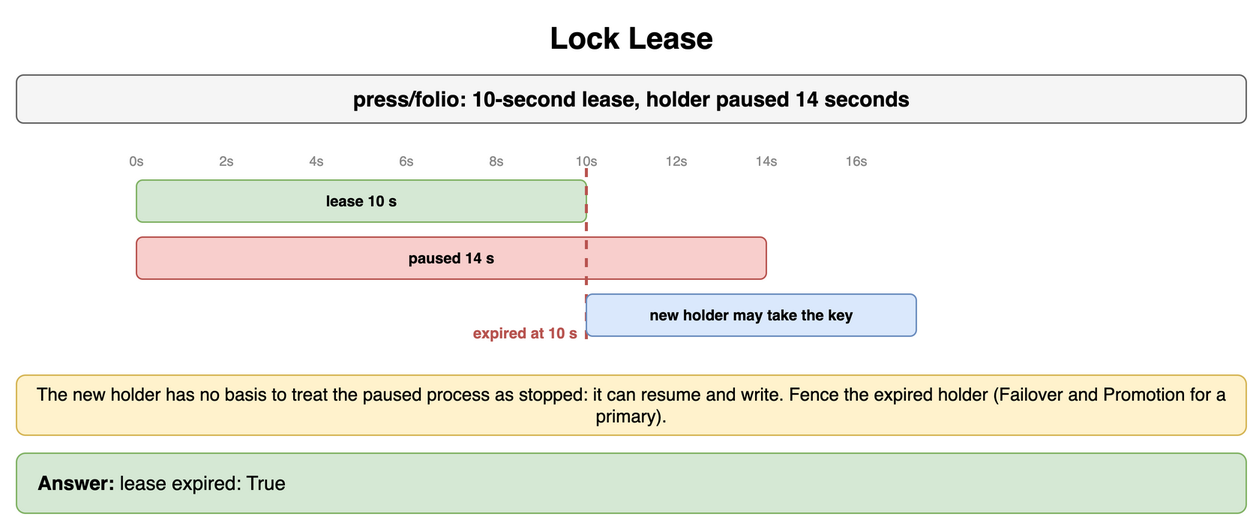
The draw.io diagram content/09_System_Design_Interview/16_Transactions_and_Concurrency_Control/diagrams/transactions-drills-8-lock-lease.png in amendez13/swe-study-guide, before a commit. Source tidied: cells renumbered, new cells last; positions are measured from the earlier drawing's top-left corner, leaving out a move shared by most shapes. Source of this version:
```xml
<mxGraphModel>
  <root>
    <mxCell id="0" />
    <mxCell id="1" parent="0" />
    <mxCell id="2" value="Lock Lease" style="text;html=1;align=center;verticalAlign=middle;whiteSpace=wrap;fontSize=20;fontStyle=1;" parent="1" vertex="1">
      <mxGeometry width="820" height="30" as="geometry" />
    </mxCell>
    <mxCell id="3" value="press/folio: 10-second lease, holder paused 14 seconds" style="rounded=1;whiteSpace=wrap;html=1;fillColor=#f5f5f5;strokeColor=#666666;fontStyle=1;fontSize=14;" parent="1" vertex="1">
      <mxGeometry y="40" width="820" height="32" as="geometry" />
    </mxCell>
    <mxCell id="4" value="0s" style="text;html=1;whiteSpace=wrap;fontSize=11;align=center;verticalAlign=middle;fontSize=9;fontColor=#888;" parent="1" vertex="1">
      <mxGeometry x="68" y="90" width="24" height="14" as="geometry" />
    </mxCell>
    <mxCell id="5" value="2s" style="text;html=1;whiteSpace=wrap;fontSize=11;align=center;verticalAlign=middle;fontSize=9;fontColor=#888;" parent="1" vertex="1">
      <mxGeometry x="128" y="90" width="24" height="14" as="geometry" />
    </mxCell>
    <mxCell id="6" value="4s" style="text;html=1;whiteSpace=wrap;fontSize=11;align=center;verticalAlign=middle;fontSize=9;fontColor=#888;" parent="1" vertex="1">
      <mxGeometry x="188" y="90" width="24" height="14" as="geometry" />
    </mxCell>
    <mxCell id="7" value="6s" style="text;html=1;whiteSpace=wrap;fontSize=11;align=center;verticalAlign=middle;fontSize=9;fontColor=#888;" parent="1" vertex="1">
      <mxGeometry x="248" y="90" width="24" height="14" as="geometry" />
    </mxCell>
    <mxCell id="8" value="8s" style="text;html=1;whiteSpace=wrap;fontSize=11;align=center;verticalAlign=middle;fontSize=9;fontColor=#888;" parent="1" vertex="1">
      <mxGeometry x="308" y="90" width="24" height="14" as="geometry" />
    </mxCell>
    <mxCell id="9" value="10s" style="text;html=1;whiteSpace=wrap;fontSize=11;align=center;verticalAlign=middle;fontSize=9;fontColor=#888;" parent="1" vertex="1">
      <mxGeometry x="368" y="90" width="24" height="14" as="geometry" />
    </mxCell>
    <mxCell id="10" value="12s" style="text;html=1;whiteSpace=wrap;fontSize=11;align=center;verticalAlign=middle;fontSize=9;fontColor=#888;" parent="1" vertex="1">
      <mxGeometry x="428" y="90" width="24" height="14" as="geometry" />
    </mxCell>
    <mxCell id="11" value="14s" style="text;html=1;whiteSpace=wrap;fontSize=11;align=center;verticalAlign=middle;fontSize=9;fontColor=#888;" parent="1" vertex="1">
      <mxGeometry x="488" y="90" width="24" height="14" as="geometry" />
    </mxCell>
    <mxCell id="12" value="16s" style="text;html=1;whiteSpace=wrap;fontSize=11;align=center;verticalAlign=middle;fontSize=9;fontColor=#888;" parent="1" vertex="1">
      <mxGeometry x="548" y="90" width="24" height="14" as="geometry" />
    </mxCell>
    <mxCell id="13" value="lease 10 s" style="rounded=1;whiteSpace=wrap;html=1;fillColor=#d5e8d4;strokeColor=#82b366;fontSize=10;align=center;fontStyle=1;" parent="1" vertex="1">
      <mxGeometry x="80" y="110" width="300" height="28" as="geometry" />
    </mxCell>
    <mxCell id="14" value="paused 14 s" style="rounded=1;whiteSpace=wrap;html=1;fillColor=#f8cecc;strokeColor=#b85450;fontSize=10;align=center;fontStyle=1;" parent="1" vertex="1">
      <mxGeometry x="80" y="148" width="420" height="28" as="geometry" />
    </mxCell>
    <mxCell id="15" style="endArrow=none;html=1;strokeColor=#b85450;strokeWidth=2;dashed=1;" parent="1" edge="1">
      <mxGeometry relative="1" as="geometry">
        <mxPoint x="380" y="102" as="sourcePoint" />
        <mxPoint x="380" y="220" as="targetPoint" />
      </mxGeometry>
    </mxCell>
    <mxCell id="16" value="expired at 10 s" style="text;html=1;whiteSpace=wrap;fontSize=11;align=right;verticalAlign=middle;fontSize=10;fontColor=#b85450;fontStyle=1;" parent="1" vertex="1">
      <mxGeometry x="270" y="204" width="106" height="16" as="geometry" />
    </mxCell>
    <mxCell id="17" value="new holder may take the key" style="rounded=1;whiteSpace=wrap;html=1;fillColor=#dae8fc;strokeColor=#6c8ebf;fontSize=10;align=center;fontStyle=1;" parent="1" vertex="1">
      <mxGeometry x="380" y="186" width="220" height="28" as="geometry" />
    </mxCell>
    <mxCell id="18" value="The new holder has no basis to treat the paused process as stopped: it can resume and write. Fence the expired holder (Failover and Promotion for a primary)." style="rounded=1;whiteSpace=wrap;html=1;fillColor=#fff2cc;strokeColor=#d6b656;fontSize=12;align=center;" parent="1" vertex="1">
      <mxGeometry y="240" width="820" height="40" as="geometry" />
    </mxCell>
    <mxCell id="19" value="&lt;b&gt;Answer:&lt;/b&gt; lease expired: True" style="rounded=1;whiteSpace=wrap;html=1;fillColor=#d5e8d4;strokeColor=#82b366;fontSize=13;align=left;spacingLeft=12;" parent="1" vertex="1">
      <mxGeometry y="292" width="820" height="40" as="geometry" />
    </mxCell>
  </root>
</mxGraphModel>
```
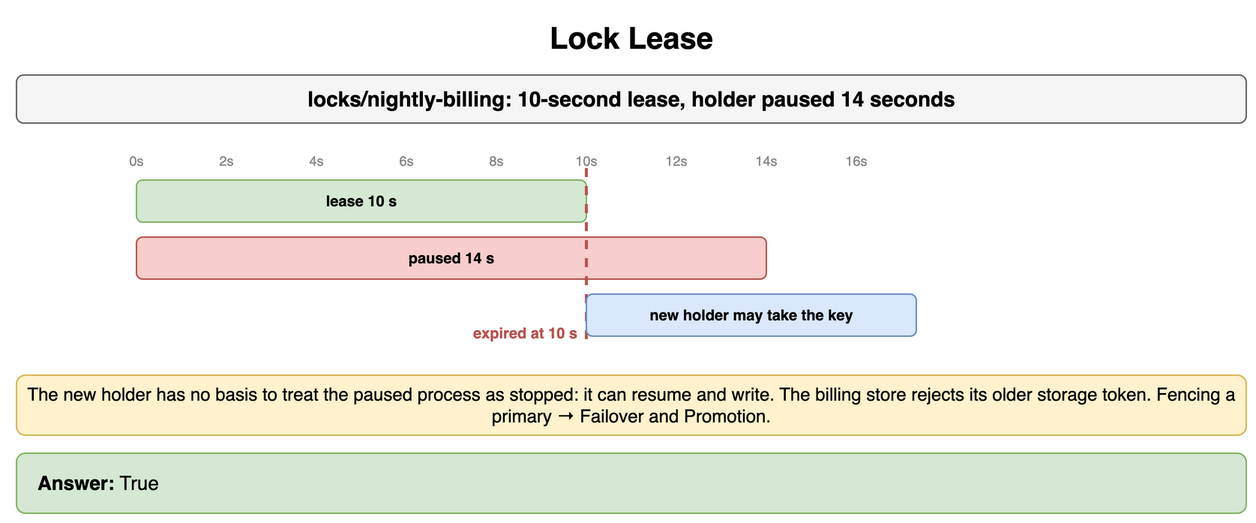
Above is the later version.

Change to the diagram source:
```diff
@@ -5,7 +5,7 @@
     <mxCell id="2" value="Lock Lease" style="text;html=1;align=center;verticalAlign=middle;whiteSpace=wrap;fontSize=20;fontStyle=1;" parent="1" vertex="1">
       <mxGeometry width="820" height="30" as="geometry" />
     </mxCell>
-    <mxCell id="3" value="press/folio: 10-second lease, holder paused 14 seconds" style="rounded=1;whiteSpace=wrap;html=1;fillColor=#f5f5f5;strokeColor=#666666;fontStyle=1;fontSize=14;" parent="1" vertex="1">
+    <mxCell id="3" value="locks/nightly-billing: 10-second lease, holder paused 14 seconds" style="rounded=1;whiteSpace=wrap;html=1;fillColor=#f5f5f5;strokeColor=#666666;fontStyle=1;fontSize=14;" parent="1" vertex="1">
       <mxGeometry y="40" width="820" height="32" as="geometry" />
     </mxCell>
     <mxCell id="4" value="0s" style="text;html=1;whiteSpace=wrap;fontSize=11;align=center;verticalAlign=middle;fontSize=9;fontColor=#888;" parent="1" vertex="1">
@@ -53,10 +53,10 @@
     <mxCell id="17" value="new holder may take the key" style="rounded=1;whiteSpace=wrap;html=1;fillColor=#dae8fc;strokeColor=#6c8ebf;fontSize=10;align=center;fontStyle=1;" parent="1" vertex="1">
       <mxGeometry x="380" y="186" width="220" height="28" as="geometry" />
     </mxCell>
-    <mxCell id="18" value="The new holder has no basis to treat the paused process as stopped: it can resume and write. Fence the expired holder (Failover and Promotion for a primary)." style="rounded=1;whiteSpace=wrap;html=1;fillColor=#fff2cc;strokeColor=#d6b656;fontSize=12;align=center;" parent="1" vertex="1">
+    <mxCell id="18" value="The new holder has no basis to treat the paused process as stopped: it can resume and write. The billing store rejects its older storage token. Fencing a primary → Failover and Promotion." style="rounded=1;whiteSpace=wrap;html=1;fillColor=#fff2cc;strokeColor=#d6b656;fontSize=12;align=center;" parent="1" vertex="1">
       <mxGeometry y="240" width="820" height="40" as="geometry" />
     </mxCell>
-    <mxCell id="19" value="&lt;b&gt;Answer:&lt;/b&gt; lease expired: True" style="rounded=1;whiteSpace=wrap;html=1;fillColor=#d5e8d4;strokeColor=#82b366;fontSize=13;align=left;spacingLeft=12;" parent="1" vertex="1">
+    <mxCell id="19" value="&lt;b&gt;Answer:&lt;/b&gt; True" style="rounded=1;whiteSpace=wrap;html=1;fillColor=#d5e8d4;strokeColor=#82b366;fontSize=13;align=left;spacingLeft=12;" parent="1" vertex="1">
       <mxGeometry y="292" width="820" height="40" as="geometry" />
     </mxCell>
   </root>
```
